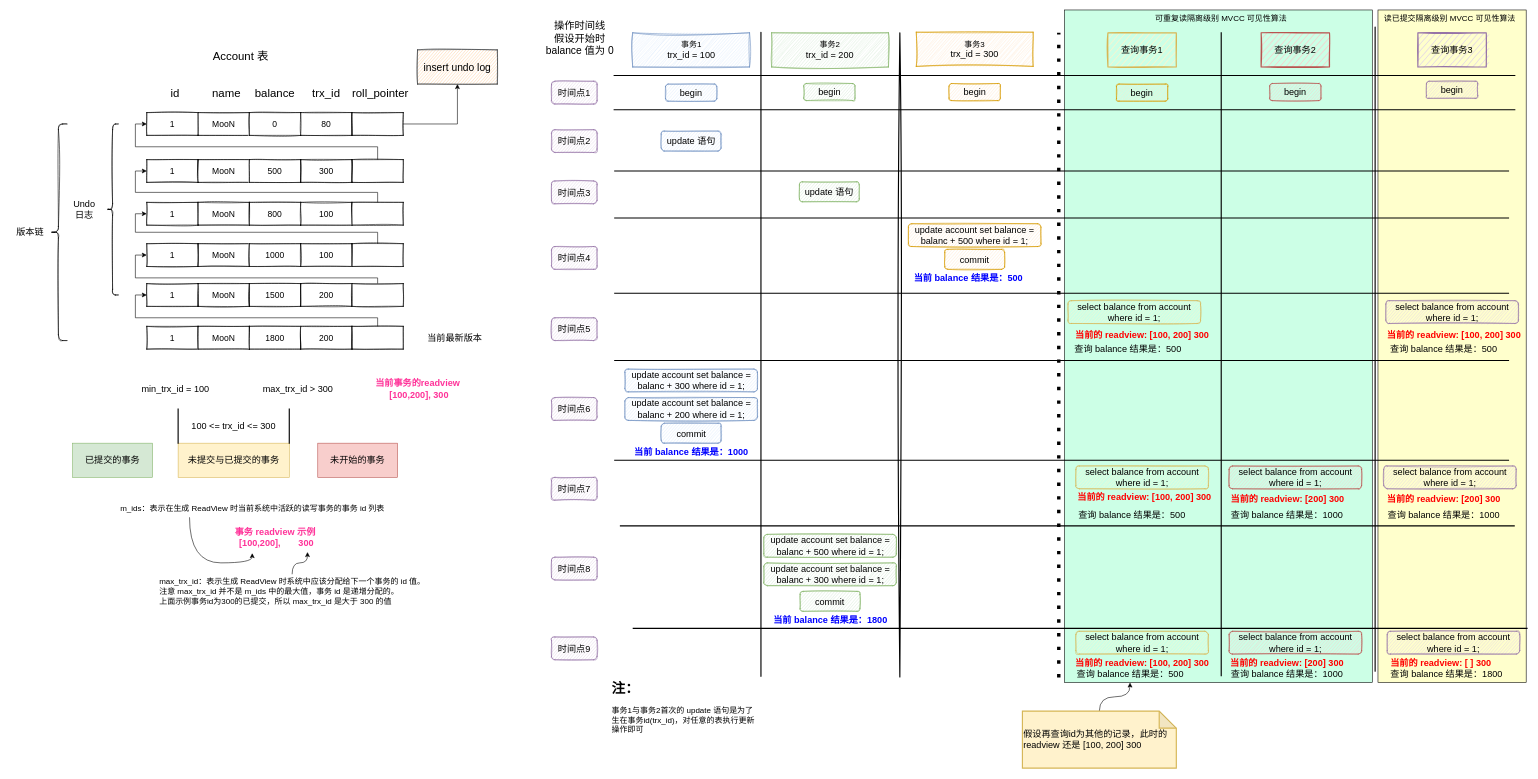
This is resources/attachments/MySQL/流程图-MVCC多版本并发控制.drawio from MooNkirA/code-learning-note, a draw.io file, before an edit. Source tidied: cells renumbered, new cells numbered last; positions are measured from the earlier drawing's top-left corner, leaving out a move shared by most shapes. Both pictures are drawn from the tidied source at 57%, with x=0, y=0 at pixel (10, 10).
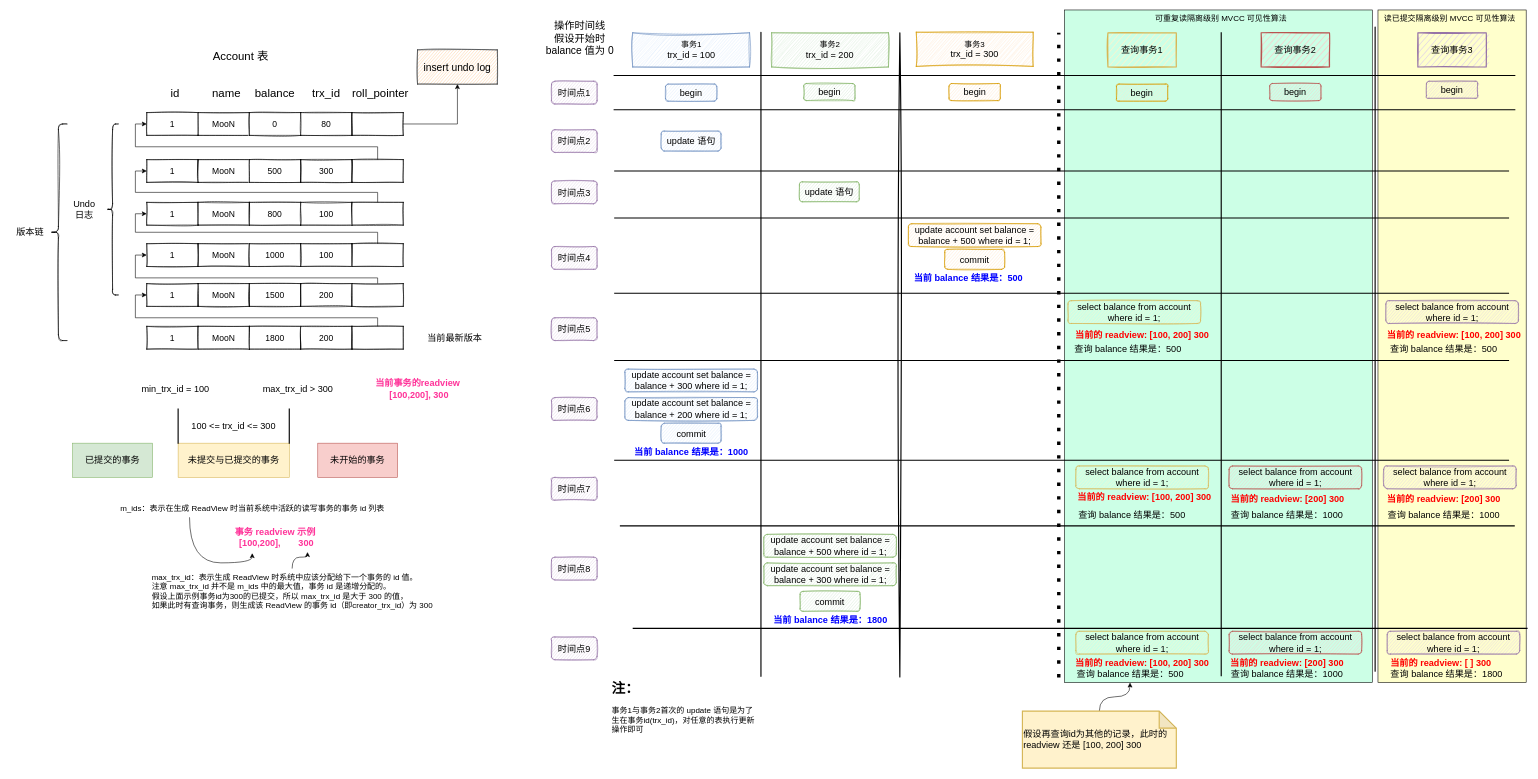
Above is the later version.

Diff of the diagram source:
```diff
@@
-    <mxCell id="68" value="update account set balance = balanc + 200 where id = 1;" style="rounded=1;whiteSpace=wrap;html=1;sketch=1;fontSize=16;fillColor=#dae8fc;strokeColor=#6c8ebf;" parent="1" vertex="1">
+    <mxCell id="68" value="update account set balance = balance + 200 where id = 1;" style="rounded=1;whiteSpace=wrap;html=1;sketch=1;fontSize=16;fillColor=#dae8fc;strokeColor=#6c8ebf;" parent="1" vertex="1">
       <mxGeometry x="1078.8" y="680" width="232.5" height="40" as="geometry" />
     </mxCell>
@@
-    <mxCell id="74" value="update account set balance = balanc + 500 where id = 1;" style="rounded=1;whiteSpace=wrap;html=1;sketch=1;fontSize=16;fillColor=#ffe6cc;strokeColor=#d79b00;" parent="1" vertex="1">
+    <mxCell id="74" value="update account set balance = balance + 500 where id = 1;" style="rounded=1;whiteSpace=wrap;html=1;sketch=1;fontSize=16;fillColor=#ffe6cc;strokeColor=#d79b00;" parent="1" vertex="1">
       <mxGeometry x="1576.2" y="375" width="232.5" height="40" as="geometry" />
     </mxCell>
-    <mxCell id="75" value="update account set balance = balanc + 300 where id = 1;" style="rounded=1;whiteSpace=wrap;html=1;sketch=1;fontSize=16;fillColor=#d5e8d4;strokeColor=#82b366;" parent="1" vertex="1">
+    <mxCell id="75" value="update account set balance = balance + 300 where id = 1;" style="rounded=1;whiteSpace=wrap;html=1;sketch=1;fontSize=16;fillColor=#d5e8d4;strokeColor=#82b366;" parent="1" vertex="1">
       <mxGeometry x="1322.5" y="970" width="232.5" height="40" as="geometry" />
     </mxCell>
@@
-    <mxCell id="79" value="update account set balance = balanc + 300 where id = 1;" style="rounded=1;whiteSpace=wrap;html=1;sketch=1;fontSize=16;fillColor=#dae8fc;strokeColor=#6c8ebf;" parent="1" vertex="1">
+    <mxCell id="79" value="update account set balance = balance + 300 where id = 1;" style="rounded=1;whiteSpace=wrap;html=1;sketch=1;fontSize=16;fillColor=#dae8fc;strokeColor=#6c8ebf;" parent="1" vertex="1">
       <mxGeometry x="1078.8" y="630" width="232.5" height="40" as="geometry" />
     </mxCell>
@@
-    <mxCell id="82" value="update account set balance = balanc + 500 where id = 1;" style="rounded=1;whiteSpace=wrap;html=1;sketch=1;fontSize=16;fillColor=#d5e8d4;strokeColor=#82b366;" parent="1" vertex="1">
+    <mxCell id="82" value="update account set balance = balance + 500 where id = 1;" style="rounded=1;whiteSpace=wrap;html=1;sketch=1;fontSize=16;fillColor=#d5e8d4;strokeColor=#82b366;" parent="1" vertex="1">
       <mxGeometry x="1322.5" y="920" width="232.5" height="40" as="geometry" />
     </mxCell>
@@
-    <mxCell id="143" value="&lt;div style=&quot;text-align: left;&quot;&gt;&lt;span style=&quot;font-size: 14px; background-color: initial;&quot;&gt;max_trx_id：表示生成 ReadView 时系统中应该分配给下一个事务的 id 值。&lt;/span&gt;&lt;/div&gt;&lt;font style=&quot;font-size: 14px;&quot;&gt;&lt;div style=&quot;text-align: left;&quot;&gt;&lt;span style=&quot;background-color: initial;&quot;&gt;注意 max_trx_id 并不是 m_ids 中的最大值，事务 id 是递增分配的。&lt;/span&gt;&lt;/div&gt;&lt;div style=&quot;text-align: left;&quot;&gt;&lt;span style=&quot;background-color: initial;&quot;&gt;上面示例事务id为300的已提交，所以 max_trx_id 是大于 300 的值&lt;/span&gt;&lt;/div&gt;&lt;/font&gt;" style="text;html=1;align=center;verticalAlign=middle;points=[];strokeColor=none;fillColor=none;" parent="1" vertex="1">
-      <mxGeometry x="250" y="990" width="490" height="60" as="geometry" />
+    <mxCell id="143" value="&lt;div style=&quot;text-align: left;&quot;&gt;&lt;span style=&quot;font-size: 14px; background-color: initial;&quot;&gt;max_trx_id：表示生成 ReadView 时系统中应该分配给下一个事务的 id 值。&lt;/span&gt;&lt;/div&gt;&lt;font style=&quot;&quot;&gt;&lt;div style=&quot;font-size: 14px; text-align: left;&quot;&gt;&lt;span style=&quot;background-color: initial;&quot;&gt;注意 max_trx_id 并不是 m_ids 中的最大值，事务 id 是递增分配的。&lt;/span&gt;&lt;/div&gt;&lt;div style=&quot;font-size: 14px; text-align: left;&quot;&gt;&lt;span style=&quot;background-color: initial;&quot;&gt;假设上面示例事务id为300的已提交，所以 max_trx_id 是大于 300 的值，&lt;/span&gt;&lt;/div&gt;&lt;div style=&quot;text-align: left;&quot;&gt;&lt;span style=&quot;font-size: 14px; background-color: initial;&quot;&gt;如果此时有查询事务，则&lt;/span&gt;&lt;span style=&quot;background-color: initial;&quot;&gt;&lt;font style=&quot;font-size: 14px;&quot;&gt;生成该 ReadView 的事务 id（即creator_trx_id）为 300&lt;/font&gt;&lt;/span&gt;&lt;/div&gt;&lt;/font&gt;" style="text;html=1;align=center;verticalAlign=middle;points=[];strokeColor=none;fillColor=none;" parent="1" vertex="1">
+      <mxGeometry x="235" y="980" width="520" height="80" as="geometry" />
     </mxCell>
```
